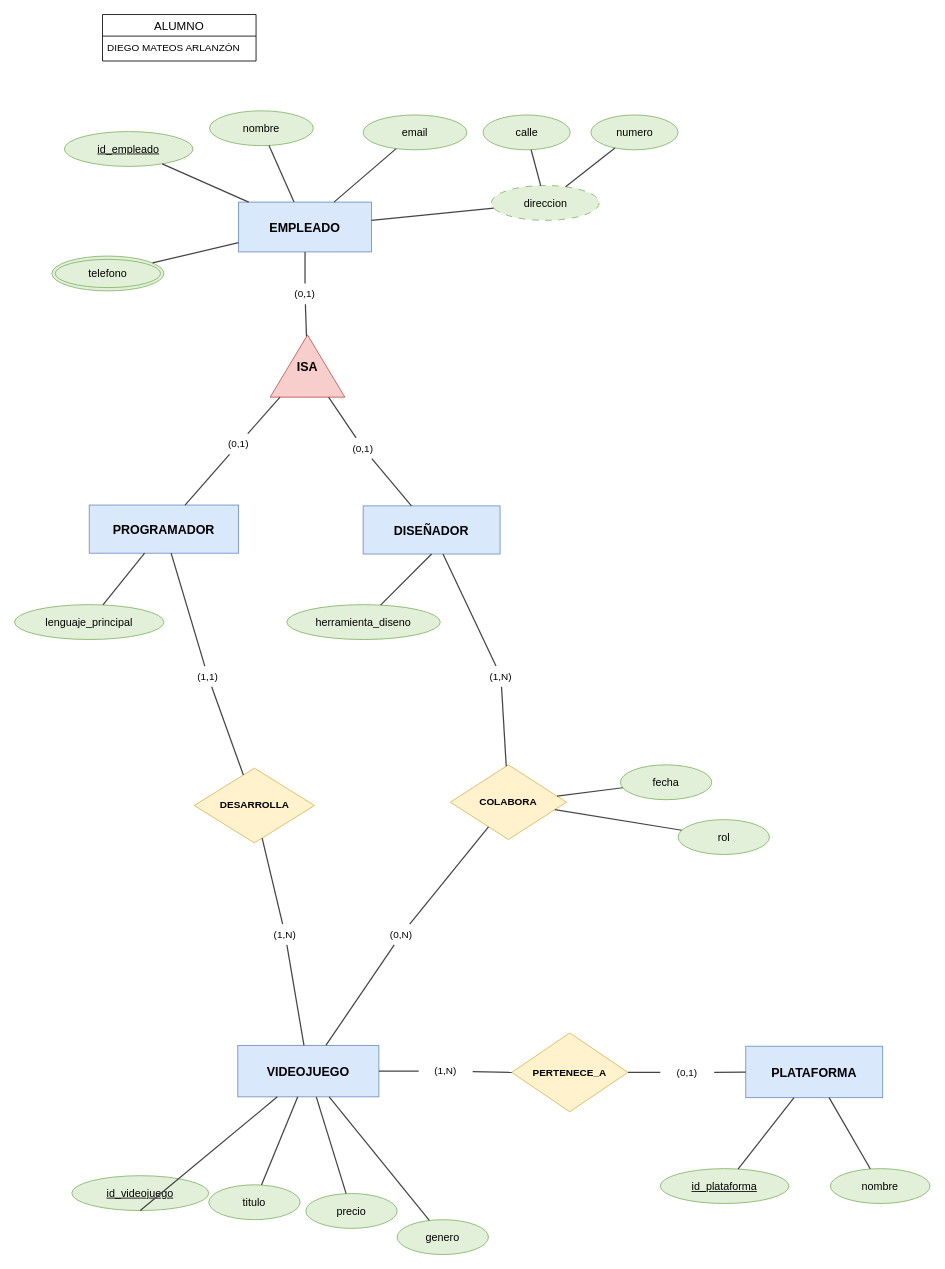
This is BBDD/UD2/Mateos_Arlanzón_Diego_Tarea2_1.drawio from dimateos/UFPD-DAW-1, a draw.io file, before an edit. Source tidied: cells renumbered, new cells numbered last; positions are measured from the earlier drawing's top-left corner, leaving out a move shared by most shapes. Both pictures are drawn from the tidied source at 83%, with x=0, y=0 at pixel (14, 14).
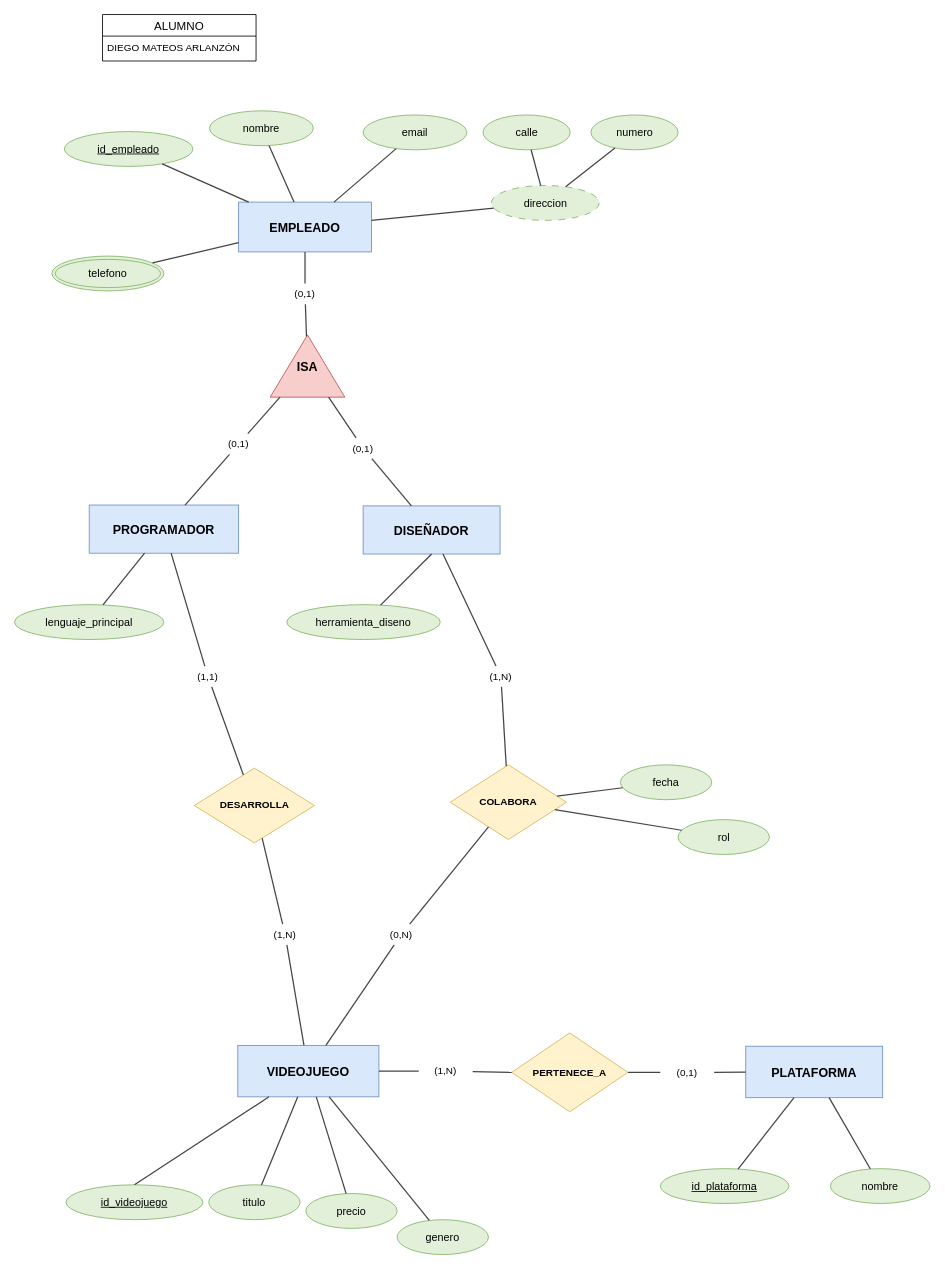
Above is the later version.

Unchanged cells that the change refers to:
```xml
<mxCell id="27" value="VIDEOJUEGO" style="rounded=0;whiteSpace=wrap;html=1;fillColor=#dae8fc;strokeColor=#6c8ebf;fontStyle=1;fontSize=15;" parent="1" vertex="1">
  <mxGeometry x="269" y="1242" width="170" height="62" as="geometry" />
</mxCell>
```

The edit, as a diff of the source:
```diff
@@
     <mxCell id="28" value="&lt;u&gt;id_videojuego&lt;/u&gt;" style="ellipse;whiteSpace=wrap;html=1;fillColor=#e2f0d9;strokeColor=#82b366;fontSize=13;rounded=0;" parent="1" vertex="1">
-      <mxGeometry x="69" y="1399" width="165" height="42" as="geometry" />
+      <mxGeometry x="62" y="1410" width="165" height="42" as="geometry" />
     </mxCell>
-    <mxCell id="29" style="endArrow=none;html=1;rounded=0;strokeColor=#444444;strokeWidth=1.5;entryX=0.5;entryY=1;entryDx=0;entryDy=0;" parent="1" edge="1" source="27" target="28">
+    <mxCell id="29" style="endArrow=none;html=1;rounded=0;strokeColor=#444444;strokeWidth=1.5;entryX=0.5;entryY=0;entryDx=0;entryDy=0;" parent="1" edge="1" source="27" target="28">
       <mxGeometry relative="1" as="geometry" />
     </mxCell>
```
